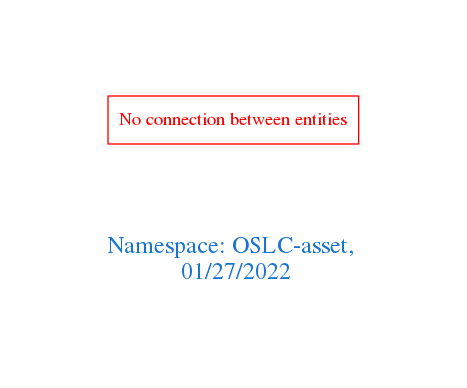
Above: downloads/OSLC-asset.png in arago/OGIT (Graphviz), before the change. Its source is kept beside it as downloads/OSLC-asset.dot.
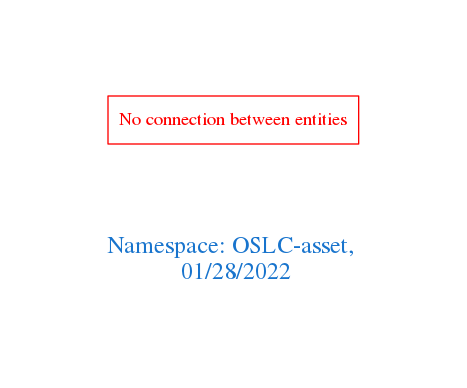
The same diagram one commit later.

The edit, as a diff of the source:
```diff
@@ -1,7 +1,7 @@
 digraph OGIT_ontology {
  graph [ rankdir= LR,pad=1
 fontsize = 18,
-fontcolor= dodgerblue3,label = "\n\n\nNamespace: OSLC-asset, \n 01/27/2022"];
+fontcolor= dodgerblue3,label = "\n\n\nNamespace: OSLC-asset, \n 01/28/2022"];
 node[shape=polygon];
 edge [  color="gray81"];
 
```
